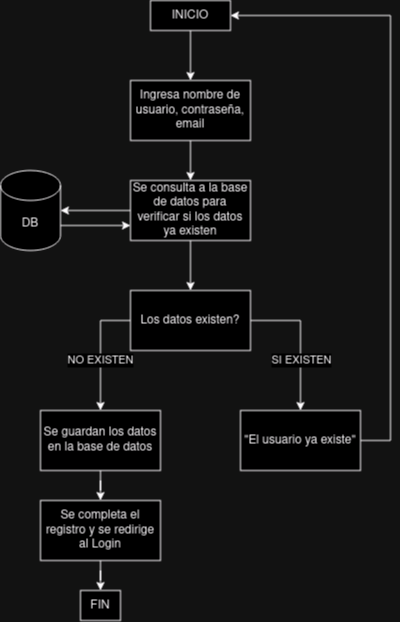
Above: Documentacion/diagram alta de usuario.png in valensalva/Grupo-1 (draw.io), before the change. Source tidied: cells renumbered, new cells last; positions are measured from the earlier drawing's top-left corner, leaving out a move shared by most shapes. Its diagram source:
```xml
<mxGraphModel>
  <root>
    <mxCell id="0" />
    <mxCell id="1" parent="0" />
    <mxCell id="2" style="edgeStyle=orthogonalEdgeStyle;rounded=0;jettySize=auto;html=1;" parent="1" edge="1" source="3" target="5">
      <mxGeometry relative="1" as="geometry" />
    </mxCell>
    <mxCell id="3" value="INICIO" style="rounded=0;whiteSpace=wrap;html=1;" parent="1" vertex="1">
      <mxGeometry x="150" width="80" height="30" as="geometry" />
    </mxCell>
    <mxCell id="4" style="edgeStyle=orthogonalEdgeStyle;rounded=0;jettySize=auto;html=1;" parent="1" edge="1" source="5" target="8">
      <mxGeometry relative="1" as="geometry" />
    </mxCell>
    <mxCell id="5" value="Ingresa nombre de usuario, contraseña, email" style="rounded=0;whiteSpace=wrap;html=1;" parent="1" vertex="1">
      <mxGeometry x="130" y="80" width="120" height="60" as="geometry" />
    </mxCell>
    <mxCell id="6" style="edgeStyle=orthogonalEdgeStyle;rounded=0;jettySize=auto;html=1;" parent="1" edge="1" source="8" target="10">
      <mxGeometry relative="1" as="geometry" />
    </mxCell>
    <mxCell id="7" style="edgeStyle=orthogonalEdgeStyle;rounded=0;jettySize=auto;html=1;" parent="1" edge="1" source="8" target="14">
      <mxGeometry relative="1" as="geometry" />
    </mxCell>
    <mxCell id="8" value="Se consulta a la base de datos para verificar si los datos ya existen" style="rounded=0;whiteSpace=wrap;html=1;" parent="1" vertex="1">
      <mxGeometry x="130" y="180" width="120" height="60" as="geometry" />
    </mxCell>
    <mxCell id="9" style="edgeStyle=orthogonalEdgeStyle;rounded=0;jettySize=auto;html=1;entryX=0;entryY=0.75;entryDx=0;entryDy=0;" parent="1" edge="1" source="10" target="8">
      <mxGeometry relative="1" as="geometry">
        <Array as="points">
          <mxPoint x="80" y="225" />
          <mxPoint x="80" y="225" />
        </Array>
      </mxGeometry>
    </mxCell>
    <mxCell id="10" value="DB" style="shape=cylinder3;whiteSpace=wrap;html=1;boundedLbl=1;backgroundOutline=1;size=15;" parent="1" vertex="1">
      <mxGeometry y="170" width="60" height="80" as="geometry" />
    </mxCell>
    <mxCell id="11" value="NO EXISTEN" style="edgeStyle=orthogonalEdgeStyle;rounded=0;jettySize=auto;html=1;entryX=0.5;entryY=0;entryDx=0;entryDy=0;" parent="1" edge="1" source="14" target="16">
      <mxGeometry x="0.17" relative="1" as="geometry">
        <Array as="points">
          <mxPoint x="100" y="320" />
        </Array>
      </mxGeometry>
    </mxCell>
    <mxCell id="12" style="edgeStyle=orthogonalEdgeStyle;rounded=0;jettySize=auto;html=1;entryX=0.5;entryY=0;entryDx=0;entryDy=0;" parent="1" edge="1" source="14" target="21">
      <mxGeometry relative="1" as="geometry">
        <Array as="points">
          <mxPoint x="300" y="320" />
        </Array>
      </mxGeometry>
    </mxCell>
    <mxCell id="13" value="&lt;div&gt;SI EXISTEN&lt;/div&gt;" style="edgeLabel;html=1;align=center;verticalAlign=middle;rotation=0;" parent="12" vertex="1">
      <mxGeometry x="0.37" y="2" relative="1" as="geometry">
        <mxPoint x="-2" y="-6" as="offset" />
      </mxGeometry>
    </mxCell>
    <mxCell id="14" value="Los datos existen?" style="rounded=0;whiteSpace=wrap;html=1;" parent="1" vertex="1">
      <mxGeometry x="130" y="290" width="120" height="60" as="geometry" />
    </mxCell>
    <mxCell id="15" style="edgeStyle=orthogonalEdgeStyle;rounded=0;jettySize=auto;html=1;" parent="1" edge="1" source="16" target="18">
      <mxGeometry relative="1" as="geometry" />
    </mxCell>
    <mxCell id="16" value="Se guardan los datos en la base de datos" style="rounded=0;whiteSpace=wrap;html=1;" parent="1" vertex="1">
      <mxGeometry x="40" y="410" width="120" height="60" as="geometry" />
    </mxCell>
    <mxCell id="17" style="edgeStyle=orthogonalEdgeStyle;rounded=0;jettySize=auto;html=1;" parent="1" edge="1" source="18" target="19">
      <mxGeometry relative="1" as="geometry" />
    </mxCell>
    <mxCell id="18" value="Se completa el registro y se redirige al Login" style="rounded=0;whiteSpace=wrap;html=1;" parent="1" vertex="1">
      <mxGeometry x="40" y="500" width="120" height="60" as="geometry" />
    </mxCell>
    <mxCell id="19" value="FIN" style="rounded=0;whiteSpace=wrap;html=1;" parent="1" vertex="1">
      <mxGeometry x="80" y="590" width="40" height="30" as="geometry" />
    </mxCell>
    <mxCell id="20" style="edgeStyle=orthogonalEdgeStyle;rounded=0;jettySize=auto;html=1;entryX=1;entryY=0.5;entryDx=0;entryDy=0;" parent="1" edge="1" source="21" target="3">
      <mxGeometry relative="1" as="geometry">
        <Array as="points">
          <mxPoint x="390" y="440" />
          <mxPoint x="390" y="15" />
        </Array>
      </mxGeometry>
    </mxCell>
    <mxCell id="21" value="&quot;El usuario ya existe&quot;" style="rounded=0;whiteSpace=wrap;html=1;" parent="1" vertex="1">
      <mxGeometry x="240" y="410" width="120" height="60" as="geometry" />
    </mxCell>
  </root>
</mxGraphModel>
```
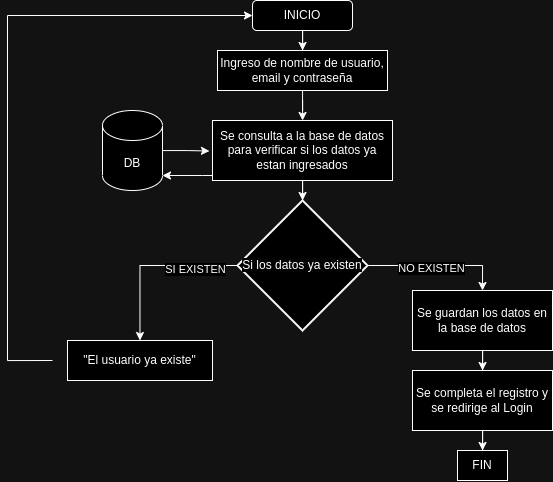
The same file after the commit.

What changed in the source:
```diff
@@ -2,85 +2,83 @@
   <root>
     <mxCell id="0" />
     <mxCell id="1" parent="0" />
-    <mxCell id="2" style="edgeStyle=orthogonalEdgeStyle;rounded=0;jettySize=auto;html=1;" parent="1" edge="1" source="3" target="5">
-      <mxGeometry relative="1" as="geometry" />
-    </mxCell>
+    <mxCell id="22" style="edgeStyle=orthogonalEdgeStyle;rounded=0;jettySize=auto;html=1;" parent="1" edge="1" source="3" target="24">
+      <mxGeometry relative="1" as="geometry" />
+    </mxCell>
-    <mxCell id="3" value="INICIO" style="rounded=0;whiteSpace=wrap;html=1;" parent="1" vertex="1">
-      <mxGeometry x="150" width="80" height="30" as="geometry" />
+    <mxCell id="3" value="INICIO" style="rounded=1;whiteSpace=wrap;html=1;" parent="1" vertex="1">
+      <mxGeometry x="290" y="-640" width="100" height="30" as="geometry" />
     </mxCell>
-    <mxCell id="4" style="edgeStyle=orthogonalEdgeStyle;rounded=0;jettySize=auto;html=1;" parent="1" edge="1" source="5" target="8">
-      <mxGeometry relative="1" as="geometry" />
-    </mxCell>
-    <mxCell id="5" value="Ingresa nombre de usuario, contraseña, email" style="rounded=0;whiteSpace=wrap;html=1;" parent="1" vertex="1">
-      <mxGeometry x="130" y="80" width="120" height="60" as="geometry" />
-    </mxCell>
-    <mxCell id="6" style="edgeStyle=orthogonalEdgeStyle;rounded=0;jettySize=auto;html=1;" parent="1" edge="1" source="8" target="10">
-      <mxGeometry relative="1" as="geometry" />
-    </mxCell>
-    <mxCell id="7" style="edgeStyle=orthogonalEdgeStyle;rounded=0;jettySize=auto;html=1;" parent="1" edge="1" source="8" target="14">
-      <mxGeometry relative="1" as="geometry" />
-    </mxCell>
-    <mxCell id="8" value="Se consulta a la base de datos para verificar si los datos ya existen" style="rounded=0;whiteSpace=wrap;html=1;" parent="1" vertex="1">
-      <mxGeometry x="130" y="180" width="120" height="60" as="geometry" />
-    </mxCell>
-    <mxCell id="9" style="edgeStyle=orthogonalEdgeStyle;rounded=0;jettySize=auto;html=1;entryX=0;entryY=0.75;entryDx=0;entryDy=0;" parent="1" edge="1" source="10" target="8">
-      <mxGeometry relative="1" as="geometry">
-        <Array as="points">
-          <mxPoint x="80" y="225" />
-          <mxPoint x="80" y="225" />
-        </Array>
-      </mxGeometry>
-    </mxCell>
+    <mxCell id="23" style="edgeStyle=orthogonalEdgeStyle;rounded=0;jettySize=auto;html=1;" parent="1" edge="1" source="24" target="26">
+      <mxGeometry relative="1" as="geometry" />
+    </mxCell>
+    <mxCell id="24" value="Ingreso de nombre de usuario, email y contraseña" style="rounded=0;whiteSpace=wrap;html=1;" parent="1" vertex="1">
+      <mxGeometry x="255" y="-590" width="170" height="40" as="geometry" />
+    </mxCell>
+    <mxCell id="25" style="edgeStyle=orthogonalEdgeStyle;rounded=0;jettySize=auto;html=1;" parent="1" edge="1" source="26" target="30">
+      <mxGeometry relative="1" as="geometry" />
+    </mxCell>
+    <mxCell id="26" value="Se consulta a la base de datos para verificar si los datos ya estan ingresados" style="rounded=0;whiteSpace=wrap;html=1;" parent="1" vertex="1">
+      <mxGeometry x="250" y="-520" width="180" height="60" as="geometry" />
+    </mxCell>
     <mxCell id="10" value="DB" style="shape=cylinder3;whiteSpace=wrap;html=1;boundedLbl=1;backgroundOutline=1;size=15;" parent="1" vertex="1">
-      <mxGeometry y="170" width="60" height="80" as="geometry" />
+      <mxGeometry x="140" y="-530" width="60" height="80" as="geometry" />
     </mxCell>
-    <mxCell id="11" value="NO EXISTEN" style="edgeStyle=orthogonalEdgeStyle;rounded=0;jettySize=auto;html=1;entryX=0.5;entryY=0;entryDx=0;entryDy=0;" parent="1" edge="1" source="14" target="16">
-      <mxGeometry x="0.17" relative="1" as="geometry">
-        <Array as="points">
-          <mxPoint x="100" y="320" />
-        </Array>
-      </mxGeometry>
-    </mxCell>
-    <mxCell id="12" style="edgeStyle=orthogonalEdgeStyle;rounded=0;jettySize=auto;html=1;entryX=0.5;entryY=0;entryDx=0;entryDy=0;" parent="1" edge="1" source="14" target="21">
-      <mxGeometry relative="1" as="geometry">
-        <Array as="points">
-          <mxPoint x="300" y="320" />
-        </Array>
-      </mxGeometry>
-    </mxCell>
-    <mxCell id="13" value="&lt;div&gt;SI EXISTEN&lt;/div&gt;" style="edgeLabel;html=1;align=center;verticalAlign=middle;rotation=0;" parent="12" vertex="1">
-      <mxGeometry x="0.37" y="2" relative="1" as="geometry">
-        <mxPoint x="-2" y="-6" as="offset" />
-      </mxGeometry>
-    </mxCell>
-    <mxCell id="14" value="Los datos existen?" style="rounded=0;whiteSpace=wrap;html=1;" parent="1" vertex="1">
-      <mxGeometry x="130" y="290" width="120" height="60" as="geometry" />
-    </mxCell>
+    <mxCell id="27" style="edgeStyle=orthogonalEdgeStyle;rounded=0;jettySize=auto;html=1;entryX=0;entryY=0.5;entryDx=0;entryDy=0;" parent="1" edge="1" target="3">
+      <mxGeometry relative="1" as="geometry">
+        <mxPoint x="90" y="-280" as="sourcePoint" />
+        <Array as="points">
+          <mxPoint x="45" y="-280" />
+          <mxPoint x="45" y="-625" />
+        </Array>
+      </mxGeometry>
+    </mxCell>
+    <mxCell id="21" value="&quot;El usuario ya existe&quot;" style="rounded=0;whiteSpace=wrap;html=1;" parent="1" vertex="1">
+      <mxGeometry x="105" y="-300" width="145" height="40" as="geometry" />
+    </mxCell>
     <mxCell id="15" style="edgeStyle=orthogonalEdgeStyle;rounded=0;jettySize=auto;html=1;" parent="1" edge="1" source="16" target="18">
       <mxGeometry relative="1" as="geometry" />
     </mxCell>
     <mxCell id="16" value="Se guardan los datos en la base de datos" style="rounded=0;whiteSpace=wrap;html=1;" parent="1" vertex="1">
-      <mxGeometry x="40" y="410" width="120" height="60" as="geometry" />
+      <mxGeometry x="450" y="-350" width="140" height="60" as="geometry" />
     </mxCell>
+    <mxCell id="19" value="FIN" style="rounded=0;whiteSpace=wrap;html=1;" parent="1" vertex="1">
+      <mxGeometry x="495" y="-190" width="50" height="30" as="geometry" />
+    </mxCell>
+    <mxCell id="28" style="edgeStyle=orthogonalEdgeStyle;rounded=0;jettySize=auto;html=1;entryX=0.5;entryY=0;entryDx=0;entryDy=0;" parent="1" edge="1" source="30" target="16">
+      <mxGeometry relative="1" as="geometry" />
+    </mxCell>
+    <mxCell id="11" value="NO EXISTEN" style="edgeLabel;html=1;align=center;verticalAlign=middle;" parent="28" vertex="1">
+      <mxGeometry x="-0.08" y="-2" relative="1" as="geometry">
+        <mxPoint x="-1" as="offset" />
+      </mxGeometry>
+    </mxCell>
+    <mxCell id="29" style="edgeStyle=orthogonalEdgeStyle;rounded=0;jettySize=auto;html=1;" parent="1" edge="1" source="30" target="21">
+      <mxGeometry relative="1" as="geometry" />
+    </mxCell>
+    <mxCell id="13" value="SI EXISTEN" style="edgeLabel;html=1;align=center;verticalAlign=middle;" parent="29" vertex="1">
+      <mxGeometry x="-0.53" y="3" relative="1" as="geometry">
+        <mxPoint x="-1" as="offset" />
+      </mxGeometry>
+    </mxCell>
+    <mxCell id="30" value="&lt;span style=&quot;color: rgb(0, 0, 0); font-family: Helvetica; font-size: 12px; font-style: normal; font-variant-ligatures: normal; font-variant-caps: normal; font-weight: 400; letter-spacing: normal; orphans: 2; text-align: center; text-indent: 0px; text-transform: none; widows: 2; word-spacing: 0px; -webkit-text-stroke-width: 0px; background-color: rgb(251, 251, 251); text-decoration-thickness: initial; text-decoration-style: initial; text-decoration-color: initial; float: none; display: inline !important;&quot;&gt;Si los datos ya existen&lt;/span&gt;" style="strokeWidth=2;html=1;shape=mxgraph.flowchart.decision;whiteSpace=wrap;" parent="1" vertex="1">
+      <mxGeometry x="275" y="-440" width="130" height="130" as="geometry" />
+    </mxCell>
     <mxCell id="17" style="edgeStyle=orthogonalEdgeStyle;rounded=0;jettySize=auto;html=1;" parent="1" edge="1" source="18" target="19">
       <mxGeometry relative="1" as="geometry" />
     </mxCell>
     <mxCell id="18" value="Se completa el registro y se redirige al Login" style="rounded=0;whiteSpace=wrap;html=1;" parent="1" vertex="1">
-      <mxGeometry x="40" y="500" width="120" height="60" as="geometry" />
+      <mxGeometry x="450" y="-270" width="140" height="60" as="geometry" />
     </mxCell>
-    <mxCell id="19" value="FIN" style="rounded=0;whiteSpace=wrap;html=1;" parent="1" vertex="1">
-      <mxGeometry x="80" y="590" width="40" height="30" as="geometry" />
-    </mxCell>
-    <mxCell id="20" style="edgeStyle=orthogonalEdgeStyle;rounded=0;jettySize=auto;html=1;entryX=1;entryY=0.5;entryDx=0;entryDy=0;" parent="1" edge="1" source="21" target="3">
-      <mxGeometry relative="1" as="geometry">
-        <Array as="points">
-          <mxPoint x="390" y="440" />
-          <mxPoint x="390" y="15" />
-        </Array>
-      </mxGeometry>
-    </mxCell>
-    <mxCell id="21" value="&quot;El usuario ya existe&quot;" style="rounded=0;whiteSpace=wrap;html=1;" parent="1" vertex="1">
-      <mxGeometry x="240" y="410" width="120" height="60" as="geometry" />
-    </mxCell>
+    <mxCell id="31" style="edgeStyle=orthogonalEdgeStyle;rounded=0;jettySize=auto;html=1;entryX=-0.017;entryY=0.509;entryDx=0;entryDy=0;entryPerimeter=0;" parent="1" edge="1" source="10" target="26">
+      <mxGeometry relative="1" as="geometry" />
+    </mxCell>
+    <mxCell id="32" style="edgeStyle=orthogonalEdgeStyle;rounded=0;jettySize=auto;html=1;entryX=1;entryY=1;entryDx=0;entryDy=-15;entryPerimeter=0;" parent="1" edge="1" source="26" target="10">
+      <mxGeometry relative="1" as="geometry">
+        <Array as="points">
+          <mxPoint x="240" y="-465" />
+          <mxPoint x="240" y="-465" />
+        </Array>
+      </mxGeometry>
+    </mxCell>
   </root>
 </mxGraphModel>
```
